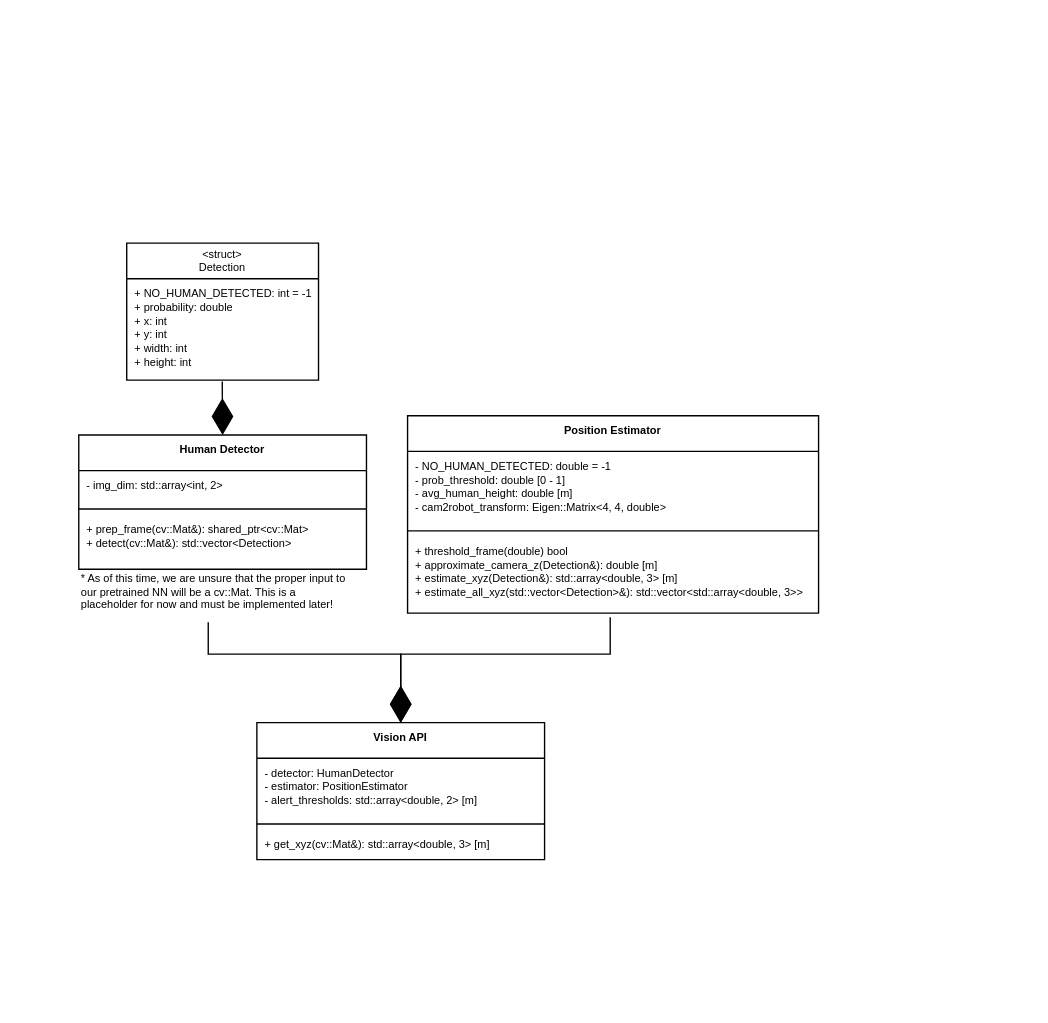
dlerner97/ACME_perception_proposal keeps this draw.io diagram as page "UML" (2 of 2) of visual_reps/Drawio_Files/activity_and_UML.drawio. Above is the earlier version. Source tidied: cells renumbered, new cells numbered last; positions are measured from the earlier drawing's top-left corner, leaving out a move shared by most shapes. Both pictures are drawn from the tidied source at 137%, with x=0, y=0 at pixel (78, 242).
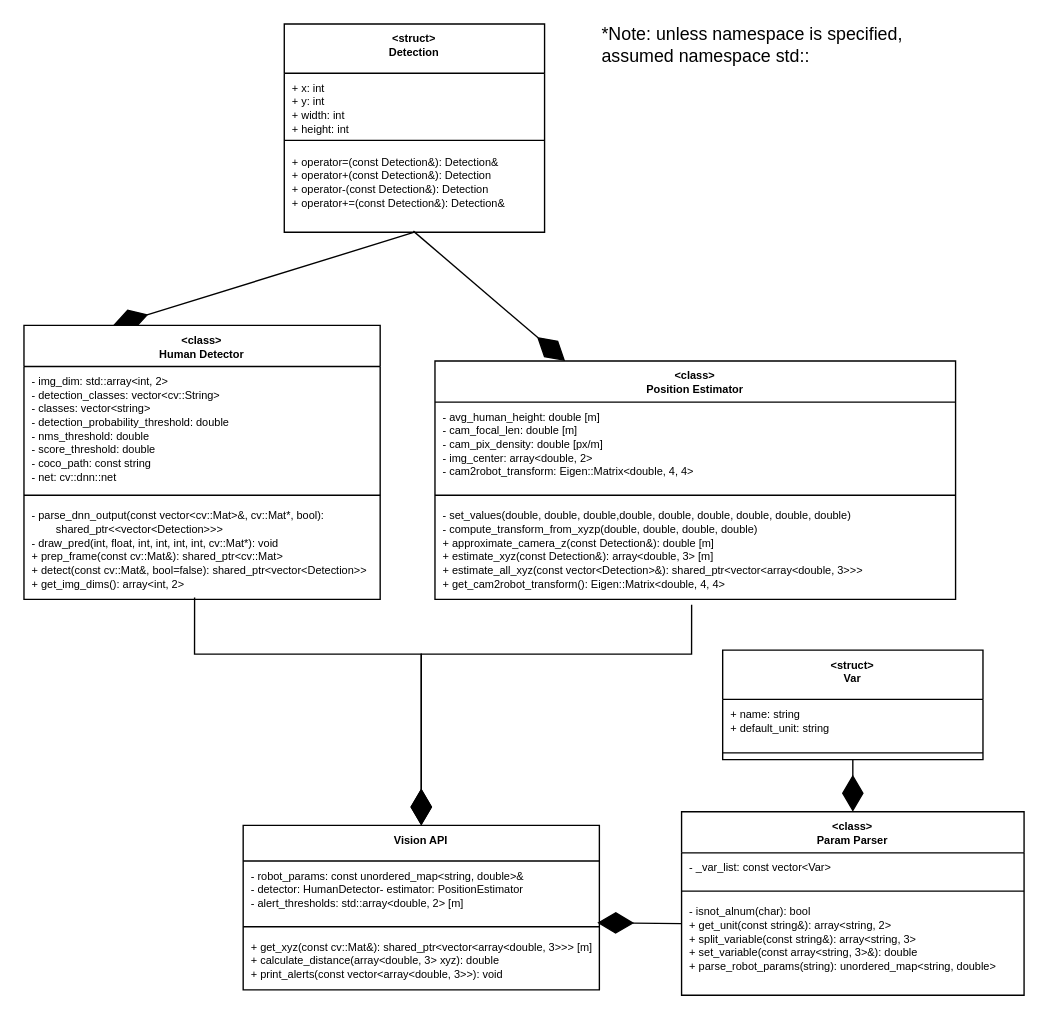
The same diagram, later.

What changed in the source:
```diff
@@
-    <mxCell id="2" value="Position Estimator" style="swimlane;fontStyle=1;align=center;verticalAlign=top;horizontal=1;startSize=26;fontSize=8;" parent="1" vertex="1">
-      <mxGeometry x="240" y="126" width="300" height="144" as="geometry" />
+    <mxCell id="2" value="&lt;class&gt;&#10;Position Estimator" style="swimlane;fontStyle=1;align=center;verticalAlign=top;horizontal=1;startSize=30;fontSize=8;" parent="1" vertex="1">
+      <mxGeometry x="260" y="86" width="380" height="174" as="geometry" />
     </mxCell>
-    <mxCell id="3" value="- NO_HUMAN_DETECTED: double = -1&#10;- prob_threshold: double [0 - 1] &#10;- avg_human_height: double [m]&#10;- cam2robot_transform: Eigen::Matrix&lt;4, 4, double&gt;" style="text;strokeColor=none;fillColor=none;align=left;verticalAlign=top;spacingLeft=4;spacingRight=4;overflow=hidden;fontSize=8;" parent="2" vertex="1">
-      <mxGeometry y="26" width="300" height="54" as="geometry" />
+    <mxCell id="3" value="- avg_human_height: double [m]&#10;- cam_focal_len: double [m]&#10;- cam_pix_density: double [px/m]&#10;- img_center: array&lt;double, 2&gt;&#10;- cam2robot_transform: Eigen::Matrix&lt;double, 4, 4&gt;" style="text;strokeColor=none;fillColor=none;align=left;verticalAlign=top;spacingLeft=4;spacingRight=4;overflow=hidden;fontSize=8;" parent="2" vertex="1">
+      <mxGeometry y="30" width="380" height="64" as="geometry" />
     </mxCell>
     <mxCell id="4" style="line;strokeWidth=1;fillColor=none;align=left;verticalAlign=middle;spacingTop=-1;spacingLeft=3;spacingRight=3;labelPosition=right;fontSize=8;" parent="2" vertex="1">
-      <mxGeometry y="80" width="300" height="8" as="geometry" />
+      <mxGeometry y="94" width="380" height="8" as="geometry" />
     </mxCell>
-    <mxCell id="5" value="+ threshold_frame(double) bool &#10;+ approximate_camera_z(Detection&amp;): double [m]&#10;+ estimate_xyz(Detection&amp;): std::array&lt;double, 3&gt; [m]&#10;+ estimate_all_xyz(std::vector&lt;Detection&gt;&amp;): std::vector&lt;std::array&lt;double, 3&gt;&gt;&#10;" style="text;strokeColor=none;fillColor=none;align=left;verticalAlign=top;spacingLeft=4;spacingRight=4;overflow=hidden;points=[[0,0.5],[1,0.5]];portConstraint=eastwest;fontSize=8;" parent="2" vertex="1">
-      <mxGeometry y="88" width="300" height="56" as="geometry" />
+    <mxCell id="5" value="- set_values(double, double, double,double, double, double, double, double, double)&#10;- compute_transform_from_xyzp(double, double, double, double)&#10;+ approximate_camera_z(const Detection&amp;): double [m]&#10;+ estimate_xyz(const Detection&amp;): array&lt;double, 3&gt; [m]&#10;+ estimate_all_xyz(const vector&lt;Detection&gt;&amp;): shared_ptr&lt;vector&lt;array&lt;double, 3&gt;&gt;&gt;&#10;+ get_cam2robot_transform(): Eigen::Matrix&lt;double, 4, 4&gt;&#10;" style="text;strokeColor=none;fillColor=none;align=left;verticalAlign=top;spacingLeft=4;spacingRight=4;overflow=hidden;points=[[0,0.5],[1,0.5]];portConstraint=eastwest;fontSize=8;" parent="2" vertex="1">
+      <mxGeometry y="102" width="380" height="72" as="geometry" />
     </mxCell>
-    <mxCell id="6" style="group;" parent="1" vertex="1">
-      <mxGeometry y="140" width="210" height="130" as="geometry" />
-    </mxCell>
-    <mxCell id="7" value="Human Detector" style="swimlane;fontStyle=1;align=center;verticalAlign=top;horizontal=1;startSize=26;fontSize=8;" parent="6" vertex="1">
-      <mxGeometry width="210" height="98" as="geometry" />
-    </mxCell>
-    <mxCell id="8" value="- img_dim: std::array&lt;int, 2&gt;" style="text;strokeColor=none;fillColor=none;align=left;verticalAlign=top;spacingLeft=4;spacingRight=4;overflow=hidden;fontSize=8;" parent="7" vertex="1">
-      <mxGeometry y="26" width="210" height="24" as="geometry" />
-    </mxCell>
-    <mxCell id="9" style="line;strokeWidth=1;fillColor=none;align=left;verticalAlign=middle;spacingTop=-1;spacingLeft=3;spacingRight=3;labelPosition=right;fontSize=8;" parent="7" vertex="1">
-      <mxGeometry y="50" width="210" height="8" as="geometry" />
-    </mxCell>
-    <mxCell id="10" value="+ prep_frame(cv::Mat&amp;): shared_ptr&lt;cv::Mat&gt;&#10;+ detect(cv::Mat&amp;): std::vector&lt;Detection&gt;" style="text;strokeColor=none;fillColor=none;align=left;verticalAlign=top;spacingLeft=4;spacingRight=4;overflow=hidden;points=[[0,0.5],[1,0.5]];portConstraint=eastwest;fontSize=8;" parent="7" vertex="1">
-      <mxGeometry y="58" width="210" height="40" as="geometry" />
-    </mxCell>
-    <mxCell id="11" value="* As of this time, we are unsure that the proper input to&lt;br&gt;our pretrained NN will be a cv::Mat. This is a&lt;br&gt;placeholder&amp;nbsp;for now and must be implemented later!&amp;nbsp;" style="text;html=1;align=left;verticalAlign=middle;points=[];strokeColor=none;fillColor=none;fontSize=8;" parent="1" vertex="1">
-      <mxGeometry y="235" width="210" height="40" as="geometry" />
-    </mxCell>
-    <mxCell id="12" value="&lt;struct&gt;&#10;Detection" style="swimlane;fontStyle=0;horizontal=1;startSize=26;fillColor=none;fontSize=8;align=center;" parent="1" vertex="1">
-      <mxGeometry x="35" width="140" height="100" as="geometry" />
-    </mxCell>
-    <mxCell id="13" value="+ NO_HUMAN_DETECTED: int = -1&#10;+ probability: double&#10;+ x: int&#10;+ y: int&#10;+ width: int&#10;+ height: int" style="text;strokeColor=none;fillColor=none;align=left;verticalAlign=top;spacingLeft=4;spacingRight=4;overflow=hidden;points=[[0,0.5],[1,0.5]];portConstraint=eastwest;fontSize=8;" parent="12" vertex="1">
-      <mxGeometry y="26" width="140" height="74" as="geometry" />
-    </mxCell>
     <mxCell id="14" value="Vision API" style="swimlane;fontStyle=1;align=center;verticalAlign=top;horizontal=1;startSize=26;fontSize=8;" parent="1" vertex="1">
-      <mxGeometry x="130" y="350" width="210" height="100" as="geometry" />
+      <mxGeometry x="120" y="425" width="260" height="120" as="geometry" />
     </mxCell>
-    <mxCell id="15" value="- detector: HumanDetector&#10;- estimator: PositionEstimator&#10;- alert_thresholds: std::array&lt;double, 2&gt; [m]" style="text;strokeColor=none;fillColor=none;align=left;verticalAlign=top;spacingLeft=4;spacingRight=4;overflow=hidden;points=[[0,0.5],[1,0.5]];portConstraint=eastwest;fontSize=8;" parent="14" vertex="1">
-      <mxGeometry y="26" width="210" height="44" as="geometry" />
+    <mxCell id="15" value="- robot_params: const unordered_map&lt;string, double&gt;&amp;&#10;- detector: HumanDetector- estimator: PositionEstimator&#10;- alert_thresholds: std::array&lt;double, 2&gt; [m]" style="text;strokeColor=none;fillColor=none;align=left;verticalAlign=top;spacingLeft=4;spacingRight=4;overflow=hidden;points=[[0,0.5],[1,0.5]];portConstraint=eastwest;fontSize=8;" parent="14" vertex="1">
+      <mxGeometry y="26" width="260" height="44" as="geometry" />
     </mxCell>
     <mxCell id="16" style="line;strokeWidth=1;fillColor=none;align=left;verticalAlign=middle;spacingTop=-1;spacingLeft=3;spacingRight=3;labelPosition=right;fontSize=8;" parent="14" vertex="1">
-      <mxGeometry y="70" width="210" height="8" as="geometry" />
+      <mxGeometry y="70" width="260" height="8" as="geometry" />
     </mxCell>
-    <mxCell id="17" value="+ get_xyz(cv::Mat&amp;): std::array&lt;double, 3&gt; [m]&#10;" style="text;strokeColor=none;fillColor=none;align=left;verticalAlign=top;spacingLeft=4;spacingRight=4;overflow=hidden;fontSize=8;" parent="14" vertex="1">
-      <mxGeometry y="78" width="210" height="22" as="geometry" />
+    <mxCell id="17" value="+ get_xyz(const cv::Mat&amp;): shared_ptr&lt;vector&lt;array&lt;double, 3&gt;&gt;&gt; [m]&#10;+ calculate_distance(array&lt;double, 3&gt; xyz): double&#10;+ print_alerts(const vector&lt;array&lt;double, 3&gt;&gt;): void&#10;&#10;&#10;" style="text;strokeColor=none;fillColor=none;align=left;verticalAlign=top;spacingLeft=4;spacingRight=4;overflow=hidden;fontSize=8;" parent="14" vertex="1">
+      <mxGeometry y="78" width="260" height="42" as="geometry" />
     </mxCell>
@@
-    <mxCell id="19" style="endArrow=diamondThin;endFill=1;endSize=24;html=1;rounded=0;fontSize=8;edgeStyle=orthogonalEdgeStyle;entryX=0.5;entryY=0;entryDx=0;entryDy=0;exitX=0.45;exitY=1.043;exitDx=0;exitDy=0;exitPerimeter=0;" parent="1" edge="1" source="11" target="14">
+    <mxCell id="19" style="endArrow=diamondThin;endFill=1;endSize=24;html=1;rounded=0;fontSize=8;edgeStyle=orthogonalEdgeStyle;entryX=0.5;entryY=0;entryDx=0;entryDy=0;exitX=0.479;exitY=0.981;exitDx=0;exitDy=0;exitPerimeter=0;" parent="1" edge="1" source="10" target="14">
       <mxGeometry relative="1" as="geometry">
         <Array as="points">
-          <mxPoint x="95" y="300" />
-          <mxPoint x="235" y="300" />
+          <mxPoint x="84" y="300" />
+          <mxPoint x="250" y="300" />
         </Array>
       </mxGeometry>
     </mxCell>
-    <mxCell id="20" style="endArrow=diamondThin;endFill=1;endSize=24;html=1;rounded=0;fontSize=8;entryX=0.5;entryY=0;entryDx=0;entryDy=0;exitX=0.498;exitY=1.014;exitDx=0;exitDy=0;exitPerimeter=0;" parent="1" edge="1" source="13" target="7">
+    <mxCell id="20" style="endArrow=diamondThin;endFill=1;endSize=24;html=1;rounded=0;fontSize=8;entryX=0.25;entryY=0;entryDx=0;entryDy=0;exitX=0.5;exitY=1;exitDx=0;exitDy=0;" parent="1" edge="1" source="12" target="7">
       <mxGeometry relative="1" as="geometry" />
     </mxCell>
+    <mxCell id="7" value="&lt;class&gt;&#10;Human Detector" style="swimlane;fontStyle=1;align=center;verticalAlign=top;horizontal=1;startSize=30;fontSize=8;" parent="1" vertex="1">
+      <mxGeometry x="-40" y="60" width="260" height="200" as="geometry" />
+    </mxCell>
+    <mxCell id="8" value="- img_dim: std::array&lt;int, 2&gt;&#10;- detection_classes: vector&lt;cv::String&gt;&#10;- classes: vector&lt;string&gt;&#10;- detection_probability_threshold: double&#10;- nms_threshold: double&#10;- score_threshold: double&#10;- coco_path: const string&#10;- net: cv::dnn::net&#10;&#10;&#10;" style="text;strokeColor=none;fillColor=none;align=left;verticalAlign=top;spacingLeft=4;spacingRight=4;overflow=hidden;fontSize=8;" parent="7" vertex="1">
+      <mxGeometry y="30" width="260" height="90" as="geometry" />
+    </mxCell>
+    <mxCell id="9" style="line;strokeWidth=1;fillColor=none;align=left;verticalAlign=middle;spacingTop=-1;spacingLeft=3;spacingRight=3;labelPosition=right;fontSize=8;" parent="7" vertex="1">
+      <mxGeometry y="120" width="260" height="8" as="geometry" />
+    </mxCell>
+    <mxCell id="10" value="- parse_dnn_output(const vector&lt;cv::Mat&gt;&amp;, cv::Mat*, bool):&#10;        shared_ptr&lt;&lt;vector&lt;Detection&gt;&gt;&gt;&#10;- draw_pred(int, float, int, int, int, int, cv::Mat*): void&#10;+ prep_frame(const cv::Mat&amp;): shared_ptr&lt;cv::Mat&gt;&#10;+ detect(const cv::Mat&amp;, bool=false): shared_ptr&lt;vector&lt;Detection&gt;&gt;&#10;+ get_img_dims(): array&lt;int, 2&gt;&#10;" style="text;strokeColor=none;fillColor=none;align=left;verticalAlign=top;spacingLeft=4;spacingRight=4;overflow=hidden;points=[[0,0.5],[1,0.5]];portConstraint=eastwest;fontSize=8;" parent="7" vertex="1">
+      <mxGeometry y="128" width="260" height="72" as="geometry" />
+    </mxCell>
+    <mxCell id="12" value="&lt;struct&gt;&#10;Detection&#10;" style="swimlane;fontStyle=1;align=center;verticalAlign=top;horizontal=1;startSize=36;fontSize=8;" parent="1" vertex="1">
+      <mxGeometry x="150" y="-160" width="190" height="152" as="geometry" />
+    </mxCell>
+    <mxCell id="21" value="+ x: int&#10;+ y: int&#10;+ width: int&#10;+ height: int" style="text;strokeColor=none;fillColor=none;align=left;verticalAlign=top;spacingLeft=4;spacingRight=4;overflow=hidden;fontSize=8;" parent="12" vertex="1">
+      <mxGeometry y="36" width="190" height="44" as="geometry" />
+    </mxCell>
+    <mxCell id="22" style="line;strokeWidth=1;fillColor=none;align=left;verticalAlign=middle;spacingTop=-1;spacingLeft=3;spacingRight=3;labelPosition=right;fontSize=8;" parent="12" vertex="1">
+      <mxGeometry y="80" width="190" height="10" as="geometry" />
+    </mxCell>
+    <mxCell id="23" value="+ operator=(const Detection&amp;): Detection&amp;&#10;+ operator+(const Detection&amp;): Detection&#10;+ operator-(const Detection&amp;): Detection&#10;+ operator+=(const Detection&amp;): Detection&amp;" style="text;strokeColor=none;fillColor=none;align=left;verticalAlign=top;spacingLeft=4;spacingRight=4;overflow=hidden;points=[[0,0.5],[1,0.5]];portConstraint=eastwest;fontSize=8;" parent="12" vertex="1">
+      <mxGeometry y="90" width="190" height="62" as="geometry" />
+    </mxCell>
+    <mxCell id="24" style="endArrow=diamondThin;endFill=1;endSize=24;html=1;rounded=0;fontSize=8;entryX=0.25;entryY=0;entryDx=0;entryDy=0;exitX=0.496;exitY=0.987;exitDx=0;exitDy=0;exitPerimeter=0;" parent="1" edge="1" source="23" target="2">
+      <mxGeometry relative="1" as="geometry" />
+    </mxCell>
+    <mxCell id="25" value="&lt;class&gt;&#10;Param Parser&#10;" style="swimlane;fontStyle=1;align=center;verticalAlign=top;horizontal=1;startSize=30;fontSize=8;" parent="1" vertex="1">
+      <mxGeometry x="440" y="415" width="250" height="134" as="geometry" />
+    </mxCell>
+    <mxCell id="26" value="- _var_list: const vector&lt;Var&gt;" style="text;strokeColor=none;fillColor=none;align=left;verticalAlign=top;spacingLeft=4;spacingRight=4;overflow=hidden;fontSize=8;" parent="25" vertex="1">
+      <mxGeometry y="30" width="250" height="24" as="geometry" />
+    </mxCell>
+    <mxCell id="27" style="line;strokeWidth=1;fillColor=none;align=left;verticalAlign=middle;spacingTop=-1;spacingLeft=3;spacingRight=3;labelPosition=right;fontSize=8;" parent="25" vertex="1">
+      <mxGeometry y="54" width="250" height="8" as="geometry" />
+    </mxCell>
+    <mxCell id="28" value="- isnot_alnum(char): bool&#10;+ get_unit(const string&amp;): array&lt;string, 2&gt;&#10;+ split_variable(const string&amp;): array&lt;string, 3&gt;&#10;+ set_variable(const array&lt;string, 3&gt;&amp;): double&#10;+ parse_robot_params(string): unordered_map&lt;string, double&gt;&#10;" style="text;strokeColor=none;fillColor=none;align=left;verticalAlign=top;spacingLeft=4;spacingRight=4;overflow=hidden;points=[[0,0.5],[1,0.5]];portConstraint=eastwest;fontSize=8;" parent="25" vertex="1">
+      <mxGeometry y="62" width="250" height="72" as="geometry" />
+    </mxCell>
+    <mxCell id="29" value="&lt;struct&gt;&#10;Var&#10;" style="swimlane;fontStyle=1;align=center;verticalAlign=top;horizontal=1;startSize=36;fontSize=8;" parent="1" vertex="1">
+      <mxGeometry x="470" y="297" width="190" height="80" as="geometry" />
+    </mxCell>
+    <mxCell id="30" value="+ name: string&#10;+ default_unit: string" style="text;strokeColor=none;fillColor=none;align=left;verticalAlign=top;spacingLeft=4;spacingRight=4;overflow=hidden;fontSize=8;" parent="29" vertex="1">
+      <mxGeometry y="36" width="190" height="34" as="geometry" />
+    </mxCell>
+    <mxCell id="31" style="line;strokeWidth=1;fillColor=none;align=left;verticalAlign=middle;spacingTop=-1;spacingLeft=3;spacingRight=3;labelPosition=right;fontSize=8;" parent="29" vertex="1">
+      <mxGeometry y="70" width="190" height="10" as="geometry" />
+    </mxCell>
+    <mxCell id="32" style="endArrow=diamondThin;endFill=1;endSize=24;html=1;rounded=0;fontSize=8;entryX=0.5;entryY=0;entryDx=0;entryDy=0;exitX=0.5;exitY=1;exitDx=0;exitDy=0;" parent="1" edge="1" source="29" target="25">
+      <mxGeometry relative="1" as="geometry" />
+    </mxCell>
+    <mxCell id="33" style="endArrow=diamondThin;endFill=1;endSize=24;html=1;rounded=0;fontSize=8;entryX=0.994;entryY=1.023;entryDx=0;entryDy=0;exitX=0;exitY=0.273;exitDx=0;exitDy=0;exitPerimeter=0;entryPerimeter=0;" parent="1" edge="1" source="28" target="15">
+      <mxGeometry relative="1" as="geometry" />
+    </mxCell>
+    <mxCell id="34" value="&lt;div style=&quot;font-size: 13px&quot; align=&quot;left&quot;&gt;&lt;font style=&quot;font-size: 13px&quot;&gt;*Note: unless namespace is specified,&lt;/font&gt;&lt;/div&gt;&lt;div style=&quot;font-size: 13px&quot; align=&quot;left&quot;&gt;&lt;font style=&quot;font-size: 13px&quot;&gt;assumed namespace std::&lt;/font&gt;&lt;/div&gt;" style="text;html=1;align=left;verticalAlign=middle;strokeColor=none;fillColor=none;fontSize=8;" parent="1" vertex="1">
+      <mxGeometry x="380" y="-160" width="230" height="30" as="geometry" />
+    </mxCell>
```
